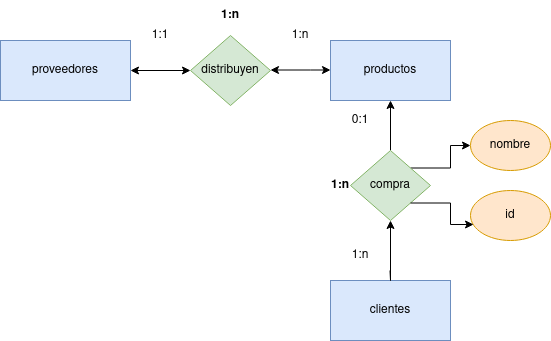
This is Unidad-1/Tareas./Tarea-1/Diagrama Sistema de Ventas.drawio.png from mdiogc/base-datos, a draw.io export, as it was before one commit. Source tidied: cells renumbered, new cells last; positions are measured from the earlier drawing's top-left corner, leaving out a move shared by most shapes. The source it was exported from:
```xml
<mxGraphModel>
  <root>
    <mxCell id="0" />
    <mxCell id="1" parent="0" />
    <mxCell id="2" value="proveedores" style="rounded=0;whiteSpace=wrap;html=1;fillColor=#dae8fc;strokeColor=#6c8ebf;" parent="1" vertex="1">
      <mxGeometry y="40" width="130" height="60" as="geometry" />
    </mxCell>
    <mxCell id="3" value="clientes" style="rounded=0;whiteSpace=wrap;html=1;fillColor=#dae8fc;strokeColor=#6c8ebf;" parent="1" vertex="1">
      <mxGeometry x="330" y="280" width="120" height="60" as="geometry" />
    </mxCell>
    <mxCell id="4" value="productos" style="rounded=0;whiteSpace=wrap;html=1;fillColor=#dae8fc;strokeColor=#6c8ebf;" parent="1" vertex="1">
      <mxGeometry x="330" y="40" width="120" height="60" as="geometry" />
    </mxCell>
    <mxCell id="5" value="distribuyen" style="rhombus;whiteSpace=wrap;html=1;fillColor=#d5e8d4;strokeColor=#82b366;" parent="1" vertex="1">
      <mxGeometry x="190" y="35" width="80" height="70" as="geometry" />
    </mxCell>
    <mxCell id="6" style="edgeStyle=orthogonalEdgeStyle;rounded=0;jettySize=auto;html=1;exitX=0.5;exitY=0;exitDx=0;exitDy=0;entryX=0.5;entryY=1;entryDx=0;entryDy=0;" parent="1" edge="1" source="8" target="4">
      <mxGeometry relative="1" as="geometry" />
    </mxCell>
    <mxCell id="7" style="edgeStyle=orthogonalEdgeStyle;rounded=0;jettySize=auto;html=1;exitX=1;exitY=0;exitDx=0;exitDy=0;" parent="1" edge="1" source="8" target="13">
      <mxGeometry relative="1" as="geometry" />
    </mxCell>
    <mxCell id="8" value="compra" style="rhombus;whiteSpace=wrap;html=1;fillColor=#d5e8d4;strokeColor=#82b366;" parent="1" vertex="1">
      <mxGeometry x="350" y="150" width="80" height="70" as="geometry" />
    </mxCell>
    <mxCell id="9" style="endArrow=classic;startArrow=classic;html=1;rounded=0;exitX=1;exitY=0.5;exitDx=0;exitDy=0;" parent="1" edge="1" source="2" target="5">
      <mxGeometry relative="1" as="geometry" />
    </mxCell>
    <mxCell id="10" style="endArrow=classic;startArrow=classic;html=1;rounded=0;exitX=1;exitY=0.5;exitDx=0;exitDy=0;" parent="1" edge="1">
      <mxGeometry relative="1" as="geometry">
        <mxPoint x="270" y="69.5" as="sourcePoint" />
        <mxPoint x="330" y="69.5" as="targetPoint" />
        <Array as="points">
          <mxPoint x="310" y="69.5" />
        </Array>
      </mxGeometry>
    </mxCell>
    <mxCell id="11" style="endArrow=classic;html=1;rounded=0;" parent="1" edge="1">
      <mxGeometry relative="1" as="geometry">
        <mxPoint x="389.5" y="270" as="sourcePoint" />
        <mxPoint x="390" y="220" as="targetPoint" />
        <Array as="points">
          <mxPoint x="390" y="280" />
        </Array>
      </mxGeometry>
    </mxCell>
    <mxCell id="12" value="id" style="ellipse;whiteSpace=wrap;html=1;fillColor=#ffe6cc;strokeColor=#d79b00;" parent="1" vertex="1">
      <mxGeometry x="470" y="190" width="80" height="50" as="geometry" />
    </mxCell>
    <mxCell id="13" value="nombre" style="ellipse;whiteSpace=wrap;html=1;fillColor=#ffe6cc;strokeColor=#d79b00;" parent="1" vertex="1">
      <mxGeometry x="470" y="120" width="80" height="50" as="geometry" />
    </mxCell>
    <mxCell id="14" value="1:n" style="text;html=1;strokeColor=none;fillColor=none;align=center;verticalAlign=middle;whiteSpace=wrap;rounded=0;" parent="1" vertex="1">
      <mxGeometry x="330" y="240" width="60" height="30" as="geometry" />
    </mxCell>
    <mxCell id="15" value="1:1" style="text;html=1;strokeColor=none;fillColor=none;align=center;verticalAlign=middle;whiteSpace=wrap;rounded=0;" parent="1" vertex="1">
      <mxGeometry x="130" y="20" width="60" height="30" as="geometry" />
    </mxCell>
    <mxCell id="16" value="1:n" style="text;html=1;strokeColor=none;fillColor=none;align=center;verticalAlign=middle;whiteSpace=wrap;rounded=0;" parent="1" vertex="1">
      <mxGeometry x="270" y="20" width="60" height="30" as="geometry" />
    </mxCell>
    <mxCell id="17" value="&lt;b&gt;1:n&lt;/b&gt;" style="text;html=1;strokeColor=none;fillColor=none;align=center;verticalAlign=middle;whiteSpace=wrap;rounded=0;" parent="1" vertex="1">
      <mxGeometry x="200" width="60" height="30" as="geometry" />
    </mxCell>
    <mxCell id="18" value="0:1" style="text;html=1;strokeColor=none;fillColor=none;align=center;verticalAlign=middle;whiteSpace=wrap;rounded=0;" parent="1" vertex="1">
      <mxGeometry x="330" y="105" width="60" height="30" as="geometry" />
    </mxCell>
    <mxCell id="19" value="&lt;b&gt;1:n&lt;/b&gt;" style="text;html=1;strokeColor=none;fillColor=none;align=center;verticalAlign=middle;whiteSpace=wrap;rounded=0;" parent="1" vertex="1">
      <mxGeometry x="310" y="170" width="60" height="30" as="geometry" />
    </mxCell>
    <mxCell id="20" style="edgeStyle=orthogonalEdgeStyle;rounded=0;jettySize=auto;html=1;exitX=1;exitY=1;exitDx=0;exitDy=0;entryX=0.038;entryY=0.68;entryDx=0;entryDy=0;entryPerimeter=0;" parent="1" edge="1" source="8" target="12">
      <mxGeometry relative="1" as="geometry" />
    </mxCell>
  </root>
</mxGraphModel>
```
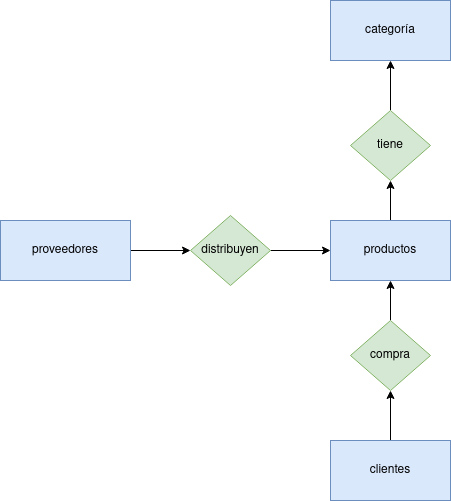
Above is the later version.

The edit, as a diff of the source:
```diff
@@ -2,74 +2,44 @@
   <root>
     <mxCell id="0" />
     <mxCell id="1" parent="0" />
+    <mxCell id="9" style="edgeStyle=orthogonalEdgeStyle;rounded=0;jettySize=auto;html=1;exitX=1;exitY=0.5;exitDx=0;exitDy=0;" parent="1" edge="1" source="2" target="5">
+      <mxGeometry relative="1" as="geometry" />
+    </mxCell>
     <mxCell id="2" value="proveedores" style="rounded=0;whiteSpace=wrap;html=1;fillColor=#dae8fc;strokeColor=#6c8ebf;" parent="1" vertex="1">
       <mxGeometry y="40" width="130" height="60" as="geometry" />
     </mxCell>
+    <mxCell id="21" style="edgeStyle=orthogonalEdgeStyle;rounded=0;jettySize=auto;html=1;" parent="1" edge="1" source="3" target="8">
+      <mxGeometry relative="1" as="geometry" />
+    </mxCell>
     <mxCell id="3" value="clientes" style="rounded=0;whiteSpace=wrap;html=1;fillColor=#dae8fc;strokeColor=#6c8ebf;" parent="1" vertex="1">
-      <mxGeometry x="330" y="280" width="120" height="60" as="geometry" />
+      <mxGeometry x="330" y="260" width="120" height="60" as="geometry" />
     </mxCell>
+    <mxCell id="22" style="edgeStyle=orthogonalEdgeStyle;rounded=0;jettySize=auto;html=1;exitX=0.5;exitY=0;exitDx=0;exitDy=0;" parent="1" edge="1" source="4" target="26">
+      <mxGeometry relative="1" as="geometry" />
+    </mxCell>
     <mxCell id="4" value="productos" style="rounded=0;whiteSpace=wrap;html=1;fillColor=#dae8fc;strokeColor=#6c8ebf;" parent="1" vertex="1">
       <mxGeometry x="330" y="40" width="120" height="60" as="geometry" />
     </mxCell>
+    <mxCell id="23" style="edgeStyle=orthogonalEdgeStyle;rounded=0;jettySize=auto;html=1;exitX=1;exitY=0.5;exitDx=0;exitDy=0;" parent="1" edge="1" source="5" target="4">
+      <mxGeometry relative="1" as="geometry" />
+    </mxCell>
     <mxCell id="5" value="distribuyen" style="rhombus;whiteSpace=wrap;html=1;fillColor=#d5e8d4;strokeColor=#82b366;" parent="1" vertex="1">
       <mxGeometry x="190" y="35" width="80" height="70" as="geometry" />
     </mxCell>
     <mxCell id="6" style="edgeStyle=orthogonalEdgeStyle;rounded=0;jettySize=auto;html=1;exitX=0.5;exitY=0;exitDx=0;exitDy=0;entryX=0.5;entryY=1;entryDx=0;entryDy=0;" parent="1" edge="1" source="8" target="4">
       <mxGeometry relative="1" as="geometry" />
     </mxCell>
-    <mxCell id="7" style="edgeStyle=orthogonalEdgeStyle;rounded=0;jettySize=auto;html=1;exitX=1;exitY=0;exitDx=0;exitDy=0;" parent="1" edge="1" source="8" target="13">
-      <mxGeometry relative="1" as="geometry" />
-    </mxCell>
     <mxCell id="8" value="compra" style="rhombus;whiteSpace=wrap;html=1;fillColor=#d5e8d4;strokeColor=#82b366;" parent="1" vertex="1">
-      <mxGeometry x="350" y="150" width="80" height="70" as="geometry" />
+      <mxGeometry x="350" y="140" width="80" height="70" as="geometry" />
     </mxCell>
-    <mxCell id="9" style="endArrow=classic;startArrow=classic;html=1;rounded=0;exitX=1;exitY=0.5;exitDx=0;exitDy=0;" parent="1" edge="1" source="2" target="5">
-      <mxGeometry relative="1" as="geometry" />
-    </mxCell>
-    <mxCell id="10" style="endArrow=classic;startArrow=classic;html=1;rounded=0;exitX=1;exitY=0.5;exitDx=0;exitDy=0;" parent="1" edge="1">
-      <mxGeometry relative="1" as="geometry">
-        <mxPoint x="270" y="69.5" as="sourcePoint" />
-        <mxPoint x="330" y="69.5" as="targetPoint" />
-        <Array as="points">
-          <mxPoint x="310" y="69.5" />
-        </Array>
-      </mxGeometry>
-    </mxCell>
-    <mxCell id="11" style="endArrow=classic;html=1;rounded=0;" parent="1" edge="1">
-      <mxGeometry relative="1" as="geometry">
-        <mxPoint x="389.5" y="270" as="sourcePoint" />
-        <mxPoint x="390" y="220" as="targetPoint" />
-        <Array as="points">
-          <mxPoint x="390" y="280" />
-        </Array>
-      </mxGeometry>
-    </mxCell>
-    <mxCell id="12" value="id" style="ellipse;whiteSpace=wrap;html=1;fillColor=#ffe6cc;strokeColor=#d79b00;" parent="1" vertex="1">
-      <mxGeometry x="470" y="190" width="80" height="50" as="geometry" />
-    </mxCell>
-    <mxCell id="13" value="nombre" style="ellipse;whiteSpace=wrap;html=1;fillColor=#ffe6cc;strokeColor=#d79b00;" parent="1" vertex="1">
-      <mxGeometry x="470" y="120" width="80" height="50" as="geometry" />
-    </mxCell>
-    <mxCell id="14" value="1:n" style="text;html=1;strokeColor=none;fillColor=none;align=center;verticalAlign=middle;whiteSpace=wrap;rounded=0;" parent="1" vertex="1">
-      <mxGeometry x="330" y="240" width="60" height="30" as="geometry" />
-    </mxCell>
-    <mxCell id="15" value="1:1" style="text;html=1;strokeColor=none;fillColor=none;align=center;verticalAlign=middle;whiteSpace=wrap;rounded=0;" parent="1" vertex="1">
-      <mxGeometry x="130" y="20" width="60" height="30" as="geometry" />
-    </mxCell>
-    <mxCell id="16" value="1:n" style="text;html=1;strokeColor=none;fillColor=none;align=center;verticalAlign=middle;whiteSpace=wrap;rounded=0;" parent="1" vertex="1">
-      <mxGeometry x="270" y="20" width="60" height="30" as="geometry" />
-    </mxCell>
-    <mxCell id="17" value="&lt;b&gt;1:n&lt;/b&gt;" style="text;html=1;strokeColor=none;fillColor=none;align=center;verticalAlign=middle;whiteSpace=wrap;rounded=0;" parent="1" vertex="1">
-      <mxGeometry x="200" width="60" height="30" as="geometry" />
-    </mxCell>
-    <mxCell id="18" value="0:1" style="text;html=1;strokeColor=none;fillColor=none;align=center;verticalAlign=middle;whiteSpace=wrap;rounded=0;" parent="1" vertex="1">
-      <mxGeometry x="330" y="105" width="60" height="30" as="geometry" />
-    </mxCell>
-    <mxCell id="19" value="&lt;b&gt;1:n&lt;/b&gt;" style="text;html=1;strokeColor=none;fillColor=none;align=center;verticalAlign=middle;whiteSpace=wrap;rounded=0;" parent="1" vertex="1">
-      <mxGeometry x="310" y="170" width="60" height="30" as="geometry" />
-    </mxCell>
-    <mxCell id="20" style="edgeStyle=orthogonalEdgeStyle;rounded=0;jettySize=auto;html=1;exitX=1;exitY=1;exitDx=0;exitDy=0;entryX=0.038;entryY=0.68;entryDx=0;entryDy=0;entryPerimeter=0;" parent="1" edge="1" source="8" target="12">
-      <mxGeometry relative="1" as="geometry" />
-    </mxCell>
+    <mxCell id="24" value="categoría" style="rounded=0;whiteSpace=wrap;html=1;fillColor=#dae8fc;strokeColor=#6c8ebf;" parent="1" vertex="1">
+      <mxGeometry x="330" y="-180" width="120" height="60" as="geometry" />
+    </mxCell>
+    <mxCell id="25" style="edgeStyle=orthogonalEdgeStyle;rounded=0;jettySize=auto;html=1;exitX=0.5;exitY=0;exitDx=0;exitDy=0;entryX=0.5;entryY=1;entryDx=0;entryDy=0;" parent="1" edge="1" source="26" target="24">
+      <mxGeometry relative="1" as="geometry" />
+    </mxCell>
+    <mxCell id="26" value="tiene" style="rhombus;whiteSpace=wrap;html=1;fillColor=#d5e8d4;strokeColor=#82b366;" parent="1" vertex="1">
+      <mxGeometry x="350" y="-70" width="80" height="70" as="geometry" />
+    </mxCell>
   </root>
 </mxGraphModel>
```
